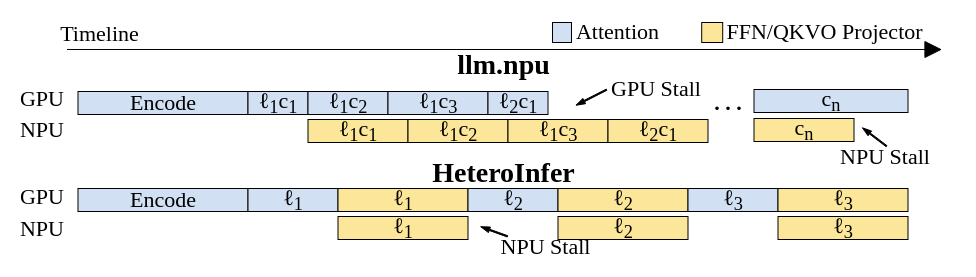
icszhr/hermes keeps this draw.io diagram as figures/pipeline.drawio. Above is the earlier version. Source tidied: cells renumbered, new cells numbered last; positions are measured from the earlier drawing's top-left corner, leaving out a move shared by most shapes. Both pictures are drawn from the tidied source at 100%, with x=0, y=0 at pixel (17, 17).
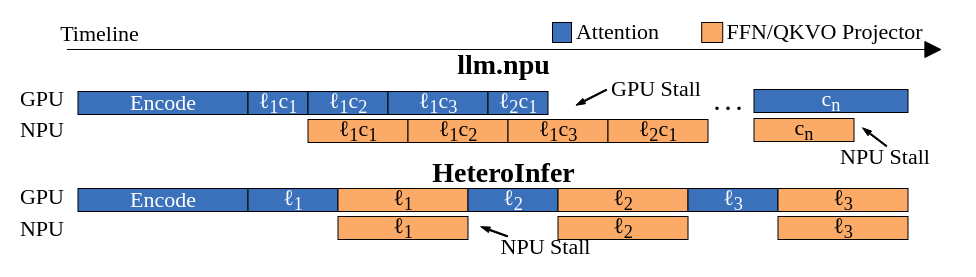
The same page after the edit.

The edit, as a diff of the source:
```diff
@@
-    <mxCell id="3" value="Encode" style="rounded=0;whiteSpace=wrap;html=1;fillColor=#D1E1F3;fontFamily=Times New Roman;fontSize=22;" parent="1" vertex="1">
+    <mxCell id="3" value="Encode" style="rounded=0;whiteSpace=wrap;html=1;fillColor=light-dark(#3b71bb, #222f3f);fontFamily=Times New Roman;fontSize=22;fontColor=#FFFFFF;" parent="1" vertex="1">
       <mxGeometry x="60.5" y="74" width="170" height="23" as="geometry" />
     </mxCell>
@@
-    <mxCell id="12" value="&lt;font&gt;ℓ&lt;/font&gt;&lt;sub&gt;1&lt;/sub&gt;c&lt;sub&gt;1&lt;/sub&gt;" style="rounded=0;whiteSpace=wrap;html=1;fillColor=#D1E1F3;fontFamily=Times New Roman;fontSize=22;" parent="1" vertex="1">
+    <mxCell id="12" value="&lt;font&gt;ℓ&lt;/font&gt;&lt;sub&gt;1&lt;/sub&gt;c&lt;sub&gt;1&lt;/sub&gt;" style="rounded=0;whiteSpace=wrap;html=1;fillColor=light-dark(#3b71bb, #222f3f);fontFamily=Times New Roman;fontSize=22;fontColor=#FFFFFF;" parent="1" vertex="1">
       <mxGeometry x="230.5" y="74" width="60" height="23" as="geometry" />
     </mxCell>
-    <mxCell id="13" value="&lt;font&gt;ℓ&lt;/font&gt;&lt;sub&gt;1&lt;/sub&gt;c&lt;sub&gt;1&lt;/sub&gt;" style="rounded=0;whiteSpace=wrap;html=1;fillColor=light-dark(#fce69a, #222f3f);fontFamily=Times New Roman;fontSize=22;" parent="1" vertex="1">
+    <mxCell id="13" value="&lt;font&gt;ℓ&lt;/font&gt;&lt;sub&gt;1&lt;/sub&gt;c&lt;sub&gt;1&lt;/sub&gt;" style="rounded=0;whiteSpace=wrap;html=1;fillColor=light-dark(#fcaa67, #222f3f);fontFamily=Times New Roman;fontSize=22;" parent="1" vertex="1">
       <mxGeometry x="290.5" y="102" width="100" height="23" as="geometry" />
     </mxCell>
-    <mxCell id="14" value="&lt;font&gt;ℓ&lt;/font&gt;&lt;sub&gt;1&lt;/sub&gt;c&lt;sub&gt;2&lt;/sub&gt;" style="rounded=0;whiteSpace=wrap;html=1;fillColor=light-dark(#fce69a, #222f3f);fontFamily=Times New Roman;fontSize=22;" parent="1" vertex="1">
+    <mxCell id="14" value="&lt;font&gt;ℓ&lt;/font&gt;&lt;sub&gt;1&lt;/sub&gt;c&lt;sub&gt;2&lt;/sub&gt;" style="rounded=0;whiteSpace=wrap;html=1;fillColor=light-dark(#fcaa67, #222f3f);fontFamily=Times New Roman;fontSize=22;" parent="1" vertex="1">
       <mxGeometry x="390.5" y="102" width="100" height="23" as="geometry" />
     </mxCell>
-    <mxCell id="15" value="&lt;font&gt;ℓ&lt;/font&gt;&lt;sub&gt;1&lt;/sub&gt;c&lt;sub&gt;3&lt;/sub&gt;" style="rounded=0;whiteSpace=wrap;html=1;fillColor=light-dark(#fce69a, #222f3f);fontFamily=Times New Roman;fontSize=22;" parent="1" vertex="1">
+    <mxCell id="15" value="&lt;font&gt;ℓ&lt;/font&gt;&lt;sub&gt;1&lt;/sub&gt;c&lt;sub&gt;3&lt;/sub&gt;" style="rounded=0;whiteSpace=wrap;html=1;fillColor=light-dark(#fcaa67, #222f3f);fontFamily=Times New Roman;fontSize=22;" parent="1" vertex="1">
       <mxGeometry x="490.5" y="102" width="100" height="23" as="geometry" />
     </mxCell>
-    <mxCell id="16" value="&lt;font&gt;ℓ&lt;/font&gt;&lt;sub&gt;1&lt;/sub&gt;c&lt;sub&gt;2&lt;/sub&gt;" style="rounded=0;whiteSpace=wrap;html=1;fillColor=#D1E1F3;fontFamily=Times New Roman;fontSize=22;" parent="1" vertex="1">
+    <mxCell id="16" value="&lt;font&gt;ℓ&lt;/font&gt;&lt;sub&gt;1&lt;/sub&gt;c&lt;sub&gt;2&lt;/sub&gt;" style="rounded=0;whiteSpace=wrap;html=1;fillColor=light-dark(#3b71bb, #222f3f);fontFamily=Times New Roman;fontSize=22;fontColor=#FFFFFF;" parent="1" vertex="1">
       <mxGeometry x="290.5" y="74" width="80" height="23" as="geometry" />
     </mxCell>
-    <mxCell id="17" value="&lt;font&gt;ℓ&lt;/font&gt;&lt;sub&gt;1&lt;/sub&gt;c&lt;sub&gt;3&lt;/sub&gt;" style="rounded=0;whiteSpace=wrap;html=1;fillColor=#D1E1F3;fontFamily=Times New Roman;fontSize=22;" parent="1" vertex="1">
+    <mxCell id="17" value="&lt;font&gt;ℓ&lt;/font&gt;&lt;sub&gt;1&lt;/sub&gt;c&lt;sub&gt;3&lt;/sub&gt;" style="rounded=0;whiteSpace=wrap;html=1;fillColor=light-dark(#3b71bb, #222f3f);fontFamily=Times New Roman;fontSize=22;fontColor=#FFFFFF;" parent="1" vertex="1">
       <mxGeometry x="370.5" y="74" width="100" height="23" as="geometry" />
     </mxCell>
-    <mxCell id="18" value="&lt;font&gt;ℓ&lt;/font&gt;&lt;sub&gt;2&lt;/sub&gt;c&lt;sub&gt;1&lt;/sub&gt;" style="rounded=0;whiteSpace=wrap;html=1;fillColor=#D1E1F3;fontFamily=Times New Roman;fontSize=22;" parent="1" vertex="1">
+    <mxCell id="18" value="&lt;font&gt;ℓ&lt;/font&gt;&lt;sub&gt;2&lt;/sub&gt;c&lt;sub&gt;1&lt;/sub&gt;" style="rounded=0;whiteSpace=wrap;html=1;fillColor=light-dark(#3b71bb, #222f3f);fontFamily=Times New Roman;fontSize=22;fontColor=#FFFFFF;" parent="1" vertex="1">
       <mxGeometry x="470.5" y="74" width="60" height="23" as="geometry" />
     </mxCell>
-    <mxCell id="19" value="&lt;font&gt;ℓ&lt;/font&gt;&lt;sub&gt;2&lt;/sub&gt;c&lt;sub&gt;1&lt;/sub&gt;" style="rounded=0;whiteSpace=wrap;html=1;fillColor=light-dark(#fce69a, #222f3f);fontFamily=Times New Roman;fontSize=22;" parent="1" vertex="1">
+    <mxCell id="19" value="&lt;font&gt;ℓ&lt;/font&gt;&lt;sub&gt;2&lt;/sub&gt;c&lt;sub&gt;1&lt;/sub&gt;" style="rounded=0;whiteSpace=wrap;html=1;fillColor=light-dark(#fcaa67, #222f3f);fontFamily=Times New Roman;fontSize=22;" parent="1" vertex="1">
       <mxGeometry x="590.5" y="102" width="100" height="23" as="geometry" />
     </mxCell>
-    <mxCell id="20" value="c&lt;sub&gt;n&lt;/sub&gt;" style="rounded=0;whiteSpace=wrap;html=1;fillColor=#D1E1F3;fontFamily=Times New Roman;fontSize=22;" parent="1" vertex="1">
+    <mxCell id="20" value="c&lt;sub&gt;n&lt;/sub&gt;" style="rounded=0;whiteSpace=wrap;html=1;fillColor=light-dark(#3b71bb, #222f3f);fontFamily=Times New Roman;fontSize=22;fontColor=#FFFFFF;" parent="1" vertex="1">
       <mxGeometry x="736.5" y="72" width="154" height="23" as="geometry" />
     </mxCell>
@@
-    <mxCell id="22" value="c&lt;sub&gt;n&lt;/sub&gt;" style="rounded=0;whiteSpace=wrap;html=1;fillColor=light-dark(#fce69a, #222f3f);fontFamily=Times New Roman;fontSize=22;" parent="1" vertex="1">
+    <mxCell id="22" value="c&lt;sub&gt;n&lt;/sub&gt;" style="rounded=0;whiteSpace=wrap;html=1;fillColor=light-dark(#fcaa67, #222f3f);fontFamily=Times New Roman;fontSize=22;" parent="1" vertex="1">
       <mxGeometry x="736.5" y="101" width="100" height="23" as="geometry" />
     </mxCell>
@@
-    <mxCell id="24" value="Encode" style="rounded=0;whiteSpace=wrap;html=1;fillColor=#D1E1F3;fontFamily=Times New Roman;fontSize=22;" parent="1" vertex="1">
+    <mxCell id="24" value="Encode" style="rounded=0;whiteSpace=wrap;html=1;fillColor=light-dark(#3b71bb, #222f3f);fontFamily=Times New Roman;fontSize=22;fontColor=#FFFFFF;" parent="1" vertex="1">
       <mxGeometry x="60.5" y="171" width="170" height="23" as="geometry" />
     </mxCell>
-    <mxCell id="25" value="&lt;font&gt;ℓ&lt;/font&gt;&lt;sub&gt;1&lt;/sub&gt;" style="rounded=0;whiteSpace=wrap;html=1;fillColor=#D1E1F3;fontFamily=Times New Roman;fontSize=22;" parent="1" vertex="1">
+    <mxCell id="25" value="&lt;font&gt;ℓ&lt;/font&gt;&lt;sub&gt;1&lt;/sub&gt;" style="rounded=0;whiteSpace=wrap;html=1;fillColor=light-dark(#3b71bb, #222f3f);fontFamily=Times New Roman;fontSize=22;fontColor=#FFFFFF;" parent="1" vertex="1">
       <mxGeometry x="230.5" y="171" width="90" height="23" as="geometry" />
     </mxCell>
-    <mxCell id="26" value="&lt;font&gt;ℓ&lt;/font&gt;&lt;sub&gt;1&lt;/sub&gt;" style="rounded=0;whiteSpace=wrap;html=1;fillColor=light-dark(#fce69a, #222f3f);fontFamily=Times New Roman;fontSize=22;" parent="1" vertex="1">
+    <mxCell id="26" value="&lt;font&gt;ℓ&lt;/font&gt;&lt;sub&gt;1&lt;/sub&gt;" style="rounded=0;whiteSpace=wrap;html=1;fillColor=light-dark(#fcaa67, #222f3f);fontFamily=Times New Roman;fontSize=22;" parent="1" vertex="1">
       <mxGeometry x="320.5" y="199" width="130" height="23" as="geometry" />
     </mxCell>
-    <mxCell id="27" value="&lt;font&gt;ℓ&lt;/font&gt;&lt;sub&gt;1&lt;/sub&gt;" style="rounded=0;whiteSpace=wrap;html=1;fillColor=light-dark(#fce69a, #222f3f);fontFamily=Times New Roman;fontSize=22;" parent="1" vertex="1">
+    <mxCell id="27" value="&lt;font&gt;ℓ&lt;/font&gt;&lt;sub&gt;1&lt;/sub&gt;" style="rounded=0;whiteSpace=wrap;html=1;fillColor=light-dark(#fcaa67, #222f3f);fontFamily=Times New Roman;fontSize=22;" parent="1" vertex="1">
       <mxGeometry x="320.5" y="171" width="130" height="23" as="geometry" />
     </mxCell>
-    <mxCell id="28" value="&lt;font&gt;ℓ&lt;/font&gt;&lt;sub&gt;2&lt;/sub&gt;" style="rounded=0;whiteSpace=wrap;html=1;fillColor=#D1E1F3;fontFamily=Times New Roman;fontSize=22;" parent="1" vertex="1">
+    <mxCell id="28" value="&lt;font&gt;ℓ&lt;/font&gt;&lt;sub&gt;2&lt;/sub&gt;" style="rounded=0;whiteSpace=wrap;html=1;fillColor=light-dark(#3b71bb, #222f3f);fontFamily=Times New Roman;fontSize=22;fontColor=#FFFFFF;" parent="1" vertex="1">
       <mxGeometry x="450.5" y="171" width="90" height="23" as="geometry" />
     </mxCell>
-    <mxCell id="29" value="&lt;font&gt;ℓ&lt;/font&gt;&lt;sub&gt;2&lt;/sub&gt;" style="rounded=0;whiteSpace=wrap;html=1;fillColor=light-dark(#fce69a, #222f3f);fontFamily=Times New Roman;fontSize=22;" parent="1" vertex="1">
+    <mxCell id="29" value="&lt;font&gt;ℓ&lt;/font&gt;&lt;sub&gt;2&lt;/sub&gt;" style="rounded=0;whiteSpace=wrap;html=1;fillColor=light-dark(#fcaa67, #222f3f);fontFamily=Times New Roman;fontSize=22;" parent="1" vertex="1">
       <mxGeometry x="540.5" y="199" width="130" height="23" as="geometry" />
     </mxCell>
-    <mxCell id="30" value="&lt;font&gt;ℓ&lt;/font&gt;&lt;sub&gt;2&lt;/sub&gt;" style="rounded=0;whiteSpace=wrap;html=1;fillColor=light-dark(#fce69a, #222f3f);fontFamily=Times New Roman;fontSize=22;" parent="1" vertex="1">
+    <mxCell id="30" value="&lt;font&gt;ℓ&lt;/font&gt;&lt;sub&gt;2&lt;/sub&gt;" style="rounded=0;whiteSpace=wrap;html=1;fillColor=light-dark(#fcaa67, #222f3f);fontFamily=Times New Roman;fontSize=22;" parent="1" vertex="1">
       <mxGeometry x="540.5" y="171" width="130" height="23" as="geometry" />
     </mxCell>
-    <mxCell id="31" value="&lt;font&gt;ℓ&lt;/font&gt;&lt;sub&gt;3&lt;/sub&gt;" style="rounded=0;whiteSpace=wrap;html=1;fillColor=#D1E1F3;fontFamily=Times New Roman;fontSize=22;" parent="1" vertex="1">
+    <mxCell id="31" value="&lt;font&gt;ℓ&lt;/font&gt;&lt;sub&gt;3&lt;/sub&gt;" style="rounded=0;whiteSpace=wrap;html=1;fillColor=light-dark(#3b71bb, #222f3f);fontFamily=Times New Roman;fontSize=22;fontColor=#FFFFFF;" parent="1" vertex="1">
       <mxGeometry x="670.5" y="171" width="90" height="23" as="geometry" />
     </mxCell>
-    <mxCell id="32" value="&lt;font&gt;ℓ&lt;/font&gt;&lt;sub&gt;3&lt;/sub&gt;" style="rounded=0;whiteSpace=wrap;html=1;fillColor=light-dark(#fce69a, #222f3f);fontFamily=Times New Roman;fontSize=22;" parent="1" vertex="1">
+    <mxCell id="32" value="&lt;font&gt;ℓ&lt;/font&gt;&lt;sub&gt;3&lt;/sub&gt;" style="rounded=0;whiteSpace=wrap;html=1;fillColor=light-dark(#fcaa67, #222f3f);fontFamily=Times New Roman;fontSize=22;" parent="1" vertex="1">
       <mxGeometry x="760.5" y="199" width="130" height="23" as="geometry" />
     </mxCell>
-    <mxCell id="33" value="&lt;font&gt;ℓ&lt;/font&gt;&lt;sub&gt;3&lt;/sub&gt;" style="rounded=0;whiteSpace=wrap;html=1;fillColor=light-dark(#fce69a, #222f3f);fontFamily=Times New Roman;fontSize=22;" parent="1" vertex="1">
+    <mxCell id="33" value="&lt;font&gt;ℓ&lt;/font&gt;&lt;sub&gt;3&lt;/sub&gt;" style="rounded=0;whiteSpace=wrap;html=1;fillColor=light-dark(#fcaa67, #222f3f);fontFamily=Times New Roman;fontSize=22;" parent="1" vertex="1">
       <mxGeometry x="760.5" y="171" width="130" height="23" as="geometry" />
     </mxCell>
@@
-    <mxCell id="38" style="rounded=0;whiteSpace=wrap;html=1;fillColor=light-dark(#d1e1f3, #ededed);fontFamily=Times New Roman;fontSize=22;" parent="1" vertex="1">
+    <mxCell id="38" style="rounded=0;whiteSpace=wrap;html=1;fillColor=light-dark(#3b71bb, #ededed);fontFamily=Times New Roman;fontSize=22;" parent="1" vertex="1">
       <mxGeometry x="535" y="5" width="19" height="20" as="geometry" />
     </mxCell>
@@
-    <mxCell id="40" style="rounded=0;whiteSpace=wrap;html=1;fillColor=light-dark(#fce69a, #ededed);fontFamily=Times New Roman;fontSize=22;" parent="1" vertex="1">
+    <mxCell id="40" style="rounded=0;whiteSpace=wrap;html=1;fillColor=light-dark(#fcaa67, #222f3f);fontFamily=Times New Roman;fontSize=22;" parent="1" vertex="1">
       <mxGeometry x="684.2" y="5" width="21" height="20" as="geometry" />
     </mxCell>
```
